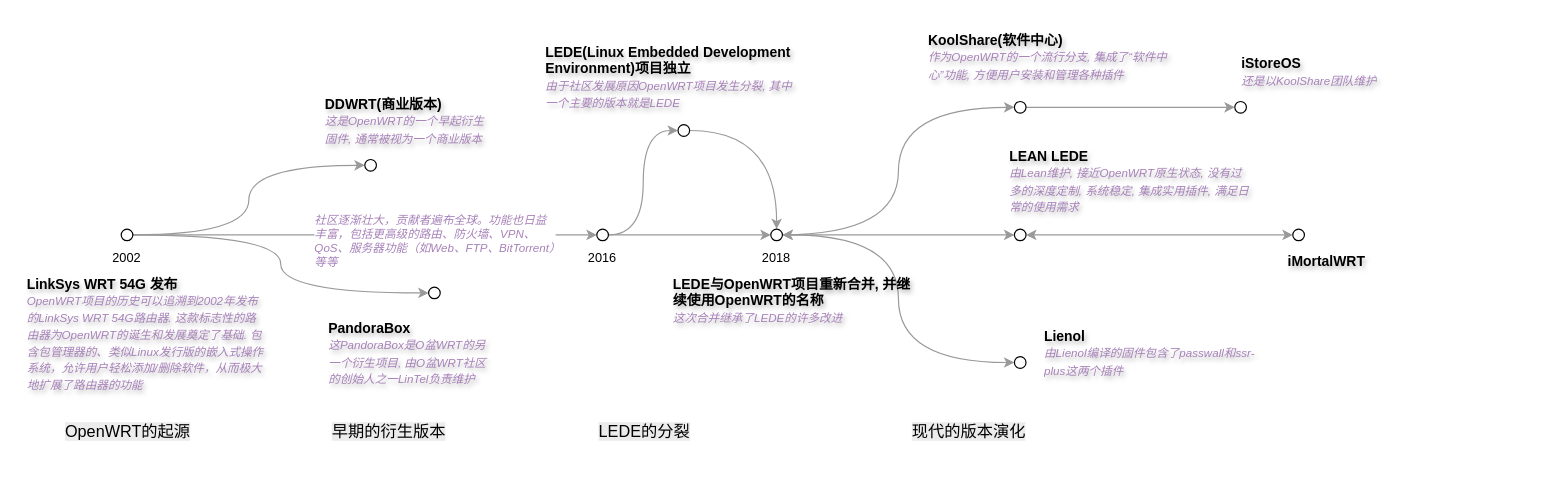
Above: page "OpenWrt History" (1 of 6) of openwrt.drawio in quboqin/drawio (draw.io), before the change. Source tidied: cells renumbered, new cells numbered last; positions are measured from the earlier drawing's top-left corner, leaving out a move shared by most shapes. Both pictures are drawn from the tidied source at 116%, with x=0, y=0 at pixel (19, 20).
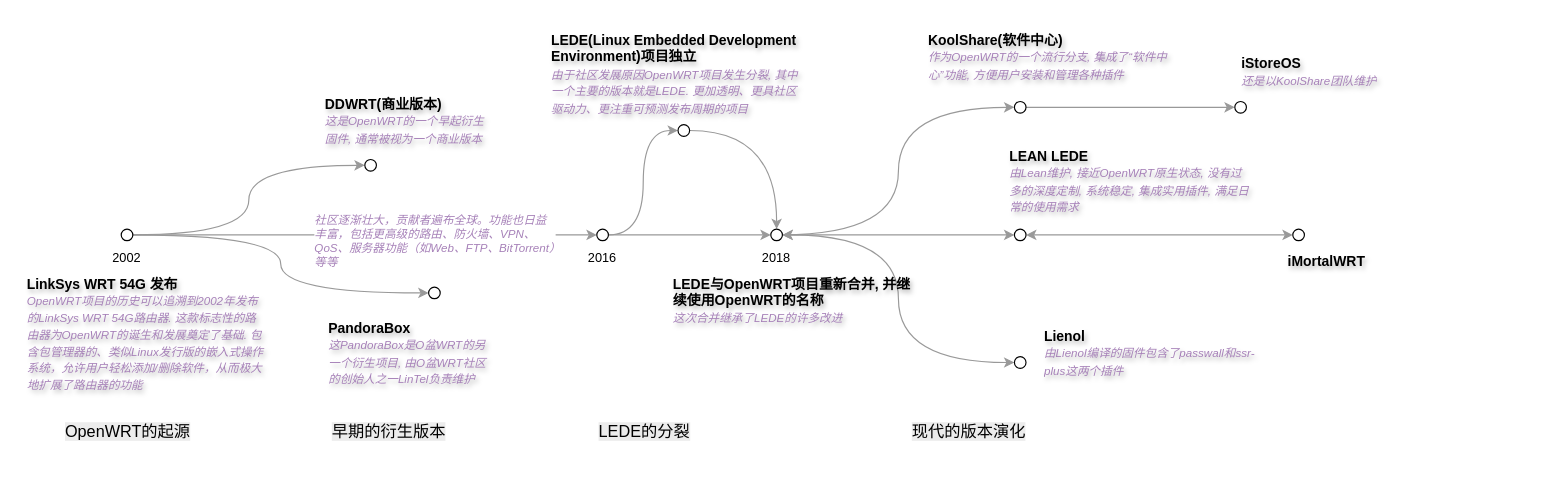
Above is the later version.

Diff of the diagram source:
```diff
@@
-    <mxCell id="16" value="&lt;b&gt;LEDE(Linux Embedded Development Environment)项目独立&lt;br&gt;&lt;/b&gt;&lt;span style=&quot;background-color: transparent;&quot;&gt;&lt;font style=&quot;color: light-dark(rgb(166, 128, 184), rgb(255, 255, 255)); font-size: 10px; font-style: italic;&quot;&gt;由于社区发展原因OpenWRT项目发生分裂, 其中一个主要的版本就是LEDE&lt;/font&gt;&lt;/span&gt;" style="text;html=1;overflow=hidden;rounded=0;verticalAlign=top;horizontal=1;labelBackgroundColor=none;textShadow=1;spacingLeft=4;spacingRight=4;spacingTop=4;spacingBottom=4;whiteSpace=wrap;spacing=2;" parent="1" vertex="1">
-      <mxGeometry x="448" y="10" width="230" height="90" as="geometry" />
+    <mxCell id="16" value="&lt;b&gt;LEDE(Linux Embedded Development Environment)项目独立&lt;br&gt;&lt;/b&gt;&lt;span style=&quot;background-color: transparent;&quot;&gt;&lt;font style=&quot;color: light-dark(rgb(166, 128, 184), rgb(255, 255, 255)); font-size: 10px; font-style: italic;&quot;&gt;由于社区发展原因OpenWRT项目发生分裂, 其中一个主要的版本就是LEDE.&amp;nbsp;&lt;/font&gt;&lt;/span&gt;&lt;i&gt;&lt;font style=&quot;font-size: 10px; color: rgb(166, 128, 184);&quot;&gt;更加透明、更具社区驱动力、更注重可预测发布周期的项目&lt;/font&gt;&lt;/i&gt;" style="text;html=1;overflow=hidden;rounded=0;verticalAlign=top;horizontal=1;labelBackgroundColor=none;textShadow=1;spacingLeft=4;spacingRight=4;spacingTop=4;spacingBottom=4;whiteSpace=wrap;spacing=2;" parent="1" vertex="1">
+      <mxGeometry x="453" width="230" height="90" as="geometry" />
     </mxCell>
```
